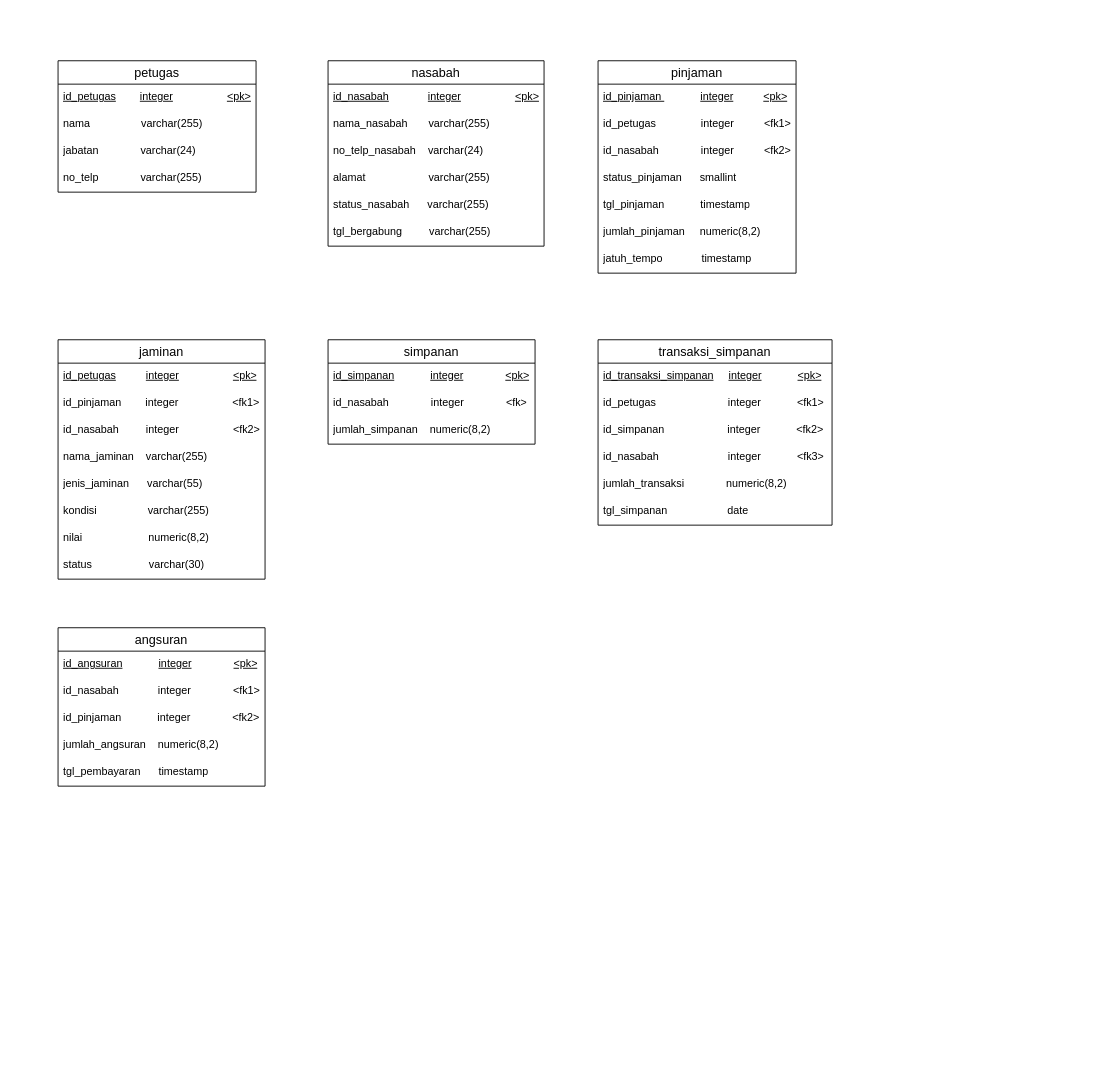
Above: UAS BASIS DATA.drawio in elikawicaksana/BuildIT_BasisData (draw.io), before the change. Source tidied: cells renumbered, new cells numbered last; positions are measured from the earlier drawing's top-left corner, leaving out a move shared by most shapes. Both pictures are drawn from the tidied source at 90%, with x=0, y=0 at pixel (58, 60).
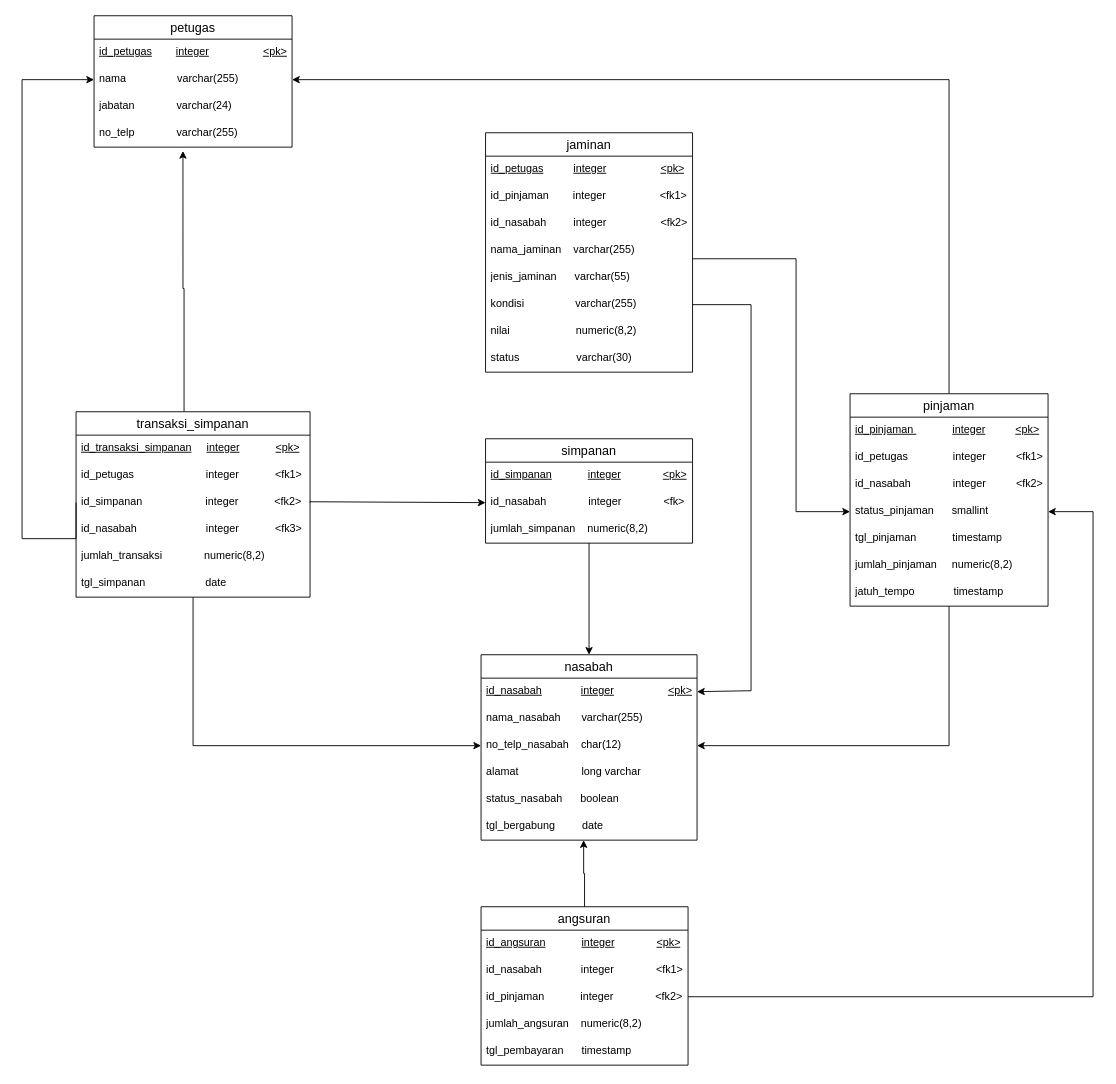
After the change.

Unchanged cells that the change refers to:
```xml
<mxCell id="4" value="nama&amp;nbsp; &amp;nbsp; &amp;nbsp; &amp;nbsp; &amp;nbsp; &amp;nbsp; &amp;nbsp; &amp;nbsp; &amp;nbsp;varchar(255)" style="text;strokeColor=none;fillColor=none;spacingLeft=4;spacingRight=4;overflow=hidden;points=[[0,0.5],[1,0.5]];portConstraint=eastwest;fontSize=12;whiteSpace=wrap;html=1;" parent="2" vertex="1">
  <mxGeometry y="56" width="220" height="30" as="geometry" />
</mxCell>
<mxCell id="6" value="no_telp&amp;nbsp; &amp;nbsp; &amp;nbsp; &amp;nbsp; &amp;nbsp; &amp;nbsp; &amp;nbsp; varchar(255)" style="text;strokeColor=none;fillColor=none;spacingLeft=4;spacingRight=4;overflow=hidden;points=[[0,0.5],[1,0.5]];portConstraint=eastwest;fontSize=12;whiteSpace=wrap;html=1;" parent="2" vertex="1">
  <mxGeometry y="116" width="220" height="30" as="geometry" />
</mxCell>
<mxCell id="13" value="kondisi&amp;nbsp; &amp;nbsp; &amp;nbsp; &amp;nbsp; &amp;nbsp; &amp;nbsp; &amp;nbsp; &amp;nbsp; &amp;nbsp;varchar(255)" style="text;strokeColor=none;fillColor=none;spacingLeft=4;spacingRight=4;overflow=hidden;points=[[0,0.5],[1,0.5]];portConstraint=eastwest;fontSize=12;whiteSpace=wrap;html=1;" parent="7" vertex="1">
  <mxGeometry y="176" width="230" height="30" as="geometry" />
</mxCell>
<mxCell id="17" value="&lt;u&gt;id_nasabah&lt;/u&gt;&amp;nbsp; &amp;nbsp; &amp;nbsp; &amp;nbsp; &amp;nbsp; &amp;nbsp; &amp;nbsp;&lt;u&gt;integer&lt;/u&gt;&amp;nbsp; &amp;nbsp; &amp;nbsp; &amp;nbsp; &amp;nbsp; &amp;nbsp; &amp;nbsp; &amp;nbsp; &amp;nbsp; &lt;u&gt;&amp;lt;pk&amp;gt;&lt;/u&gt;" style="text;strokeColor=none;fillColor=none;spacingLeft=4;spacingRight=4;overflow=hidden;points=[[0,0.5],[1,0.5]];portConstraint=eastwest;fontSize=12;whiteSpace=wrap;html=1;" parent="16" vertex="1">
  <mxGeometry y="26" width="240" height="30" as="geometry" />
</mxCell>
<mxCell id="25" value="id_nasabah&amp;nbsp; &amp;nbsp; &amp;nbsp; &amp;nbsp; &amp;nbsp; &amp;nbsp; &amp;nbsp; integer&amp;nbsp; &amp;nbsp; &amp;nbsp; &amp;nbsp; &amp;nbsp; &amp;nbsp; &amp;nbsp; &amp;lt;fk&amp;gt;" style="text;strokeColor=none;fillColor=none;spacingLeft=4;spacingRight=4;overflow=hidden;points=[[0,0.5],[1,0.5]];portConstraint=eastwest;fontSize=12;whiteSpace=wrap;html=1;" parent="23" vertex="1">
  <mxGeometry y="56" width="230" height="30" as="geometry" />
</mxCell>
<mxCell id="31" value="status_pinjaman&amp;nbsp; &amp;nbsp; &amp;nbsp; smallint" style="text;strokeColor=none;fillColor=none;spacingLeft=4;spacingRight=4;overflow=hidden;points=[[0,0.5],[1,0.5]];portConstraint=eastwest;fontSize=12;whiteSpace=wrap;html=1;" parent="27" vertex="1">
  <mxGeometry y="116" width="220" height="30" as="geometry" />
</mxCell>
<mxCell id="38" value="id_simpanan&amp;nbsp; &amp;nbsp; &amp;nbsp; &amp;nbsp; &amp;nbsp; &amp;nbsp; &amp;nbsp; &amp;nbsp; &amp;nbsp; &amp;nbsp; &amp;nbsp;integer&amp;nbsp; &amp;nbsp; &amp;nbsp; &amp;nbsp; &amp;nbsp; &amp;nbsp; &amp;lt;fk2&amp;gt;" style="text;strokeColor=none;fillColor=none;spacingLeft=4;spacingRight=4;overflow=hidden;points=[[0,0.5],[1,0.5]];portConstraint=eastwest;fontSize=12;whiteSpace=wrap;html=1;" parent="35" vertex="1">
  <mxGeometry y="86" width="260" height="30" as="geometry" />
</mxCell>
```

What changed in the source:
```diff
@@
     <mxCell id="2" value="petugas" style="swimlane;fontStyle=0;horizontal=1;startSize=26;align=center;fontSize=14;" parent="1" vertex="1">
-      <mxGeometry width="220" height="146" as="geometry" />
+      <mxGeometry x="40" y="-50" width="220" height="146" as="geometry" />
     </mxCell>
@@
+    <mxCell id="48" style="edgeStyle=orthogonalEdgeStyle;rounded=0;jettySize=auto;html=1;" parent="1" edge="1" source="7" target="31">
+      <mxGeometry relative="1" as="geometry">
+        <Array as="points">
+          <mxPoint x="820" y="220" />
+          <mxPoint x="820" y="501" />
+        </Array>
+      </mxGeometry>
+    </mxCell>
     <mxCell id="7" value="jaminan" style="swimlane;fontStyle=0;horizontal=1;startSize=26;align=center;fontSize=14;" parent="1" vertex="1">
-      <mxGeometry y="310" width="230" height="266" as="geometry" />
+      <mxGeometry x="475" y="80" width="230" height="266" as="geometry" />
     </mxCell>
@@
     <mxCell id="16" value="nasabah" style="swimlane;fontStyle=0;horizontal=1;startSize=26;align=center;fontSize=14;" parent="1" vertex="1">
-      <mxGeometry x="300" width="240" height="206" as="geometry" />
+      <mxGeometry x="470" y="660" width="240" height="206" as="geometry" />
     </mxCell>
@@
-    <mxCell id="19" value="no_telp_nasabah&amp;nbsp; &amp;nbsp; varchar(24)" style="text;strokeColor=none;fillColor=none;spacingLeft=4;spacingRight=4;overflow=hidden;points=[[0,0.5],[1,0.5]];portConstraint=eastwest;fontSize=12;whiteSpace=wrap;html=1;" parent="16" vertex="1">
+    <mxCell id="19" value="no_telp_nasabah&amp;nbsp; &amp;nbsp; char(12)" style="text;strokeColor=none;fillColor=none;spacingLeft=4;spacingRight=4;overflow=hidden;points=[[0,0.5],[1,0.5]];portConstraint=eastwest;fontSize=12;whiteSpace=wrap;html=1;" parent="16" vertex="1">
       <mxGeometry y="86" width="240" height="30" as="geometry" />
     </mxCell>
-    <mxCell id="20" value="alamat&amp;nbsp; &amp;nbsp; &amp;nbsp; &amp;nbsp; &amp;nbsp; &amp;nbsp; &amp;nbsp; &amp;nbsp; &amp;nbsp; &amp;nbsp; &amp;nbsp;varchar(255)" style="text;strokeColor=none;fillColor=none;spacingLeft=4;spacingRight=4;overflow=hidden;fontSize=12;whiteSpace=wrap;html=1;" parent="16" vertex="1">
+    <mxCell id="20" value="alamat&amp;nbsp; &amp;nbsp; &amp;nbsp; &amp;nbsp; &amp;nbsp; &amp;nbsp; &amp;nbsp; &amp;nbsp; &amp;nbsp; &amp;nbsp; &amp;nbsp;long varchar" style="text;strokeColor=none;fillColor=none;spacingLeft=4;spacingRight=4;overflow=hidden;fontSize=12;whiteSpace=wrap;html=1;" parent="16" vertex="1">
       <mxGeometry y="116" width="240" height="30" as="geometry" />
     </mxCell>
-    <mxCell id="21" value="status_nasabah&amp;nbsp; &amp;nbsp; &amp;nbsp; varchar(255)" style="text;strokeColor=none;fillColor=none;spacingLeft=4;spacingRight=4;overflow=hidden;fontSize=12;whiteSpace=wrap;html=1;" parent="16" vertex="1">
+    <mxCell id="21" value="status_nasabah&amp;nbsp; &amp;nbsp; &amp;nbsp; boolean" style="text;strokeColor=none;fillColor=none;spacingLeft=4;spacingRight=4;overflow=hidden;fontSize=12;whiteSpace=wrap;html=1;" parent="16" vertex="1">
       <mxGeometry y="146" width="240" height="30" as="geometry" />
     </mxCell>
-    <mxCell id="22" value="tgl_bergabung&amp;nbsp; &amp;nbsp; &amp;nbsp; &amp;nbsp; &amp;nbsp;varchar(255)" style="text;strokeColor=none;fillColor=none;spacingLeft=4;spacingRight=4;overflow=hidden;points=[[0,0.5],[1,0.5]];portConstraint=eastwest;fontSize=12;whiteSpace=wrap;html=1;" parent="16" vertex="1">
+    <mxCell id="22" value="tgl_bergabung&amp;nbsp; &amp;nbsp; &amp;nbsp; &amp;nbsp; &amp;nbsp;date" style="text;strokeColor=none;fillColor=none;spacingLeft=4;spacingRight=4;overflow=hidden;points=[[0,0.5],[1,0.5]];portConstraint=eastwest;fontSize=12;whiteSpace=wrap;html=1;" parent="16" vertex="1">
       <mxGeometry y="176" width="240" height="30" as="geometry" />
     </mxCell>
+    <mxCell id="49" style="edgeStyle=orthogonalEdgeStyle;rounded=0;jettySize=auto;html=1;entryX=0.5;entryY=0;entryDx=0;entryDy=0;" parent="1" edge="1" source="23" target="16">
+      <mxGeometry relative="1" as="geometry" />
+    </mxCell>
     <mxCell id="23" value="simpanan" style="swimlane;fontStyle=0;horizontal=1;startSize=26;align=center;fontSize=14;" parent="1" vertex="1">
-      <mxGeometry x="300" y="310" width="230" height="116" as="geometry" />
+      <mxGeometry x="475" y="420" width="230" height="116" as="geometry" />
     </mxCell>
@@
+    <mxCell id="50" style="edgeStyle=orthogonalEdgeStyle;rounded=0;jettySize=auto;html=1;entryX=1;entryY=0.5;entryDx=0;entryDy=0;" parent="1" edge="1" source="27" target="4">
+      <mxGeometry relative="1" as="geometry" />
+    </mxCell>
+    <mxCell id="51" style="edgeStyle=orthogonalEdgeStyle;rounded=0;jettySize=auto;html=1;entryX=1;entryY=0.5;entryDx=0;entryDy=0;" parent="1" edge="1" source="27" target="19">
+      <mxGeometry relative="1" as="geometry" />
+    </mxCell>
     <mxCell id="27" value="pinjaman" style="swimlane;fontStyle=0;horizontal=1;startSize=26;align=center;fontSize=14;" parent="1" vertex="1">
-      <mxGeometry x="600" width="220" height="236" as="geometry" />
+      <mxGeometry x="880" y="370" width="220" height="236" as="geometry" />
     </mxCell>
@@
+    <mxCell id="52" style="edgeStyle=orthogonalEdgeStyle;rounded=0;jettySize=auto;html=1;entryX=0.449;entryY=1.142;entryDx=0;entryDy=0;entryPerimeter=0;" parent="1" edge="1" source="35" target="6">
+      <mxGeometry relative="1" as="geometry">
+        <Array as="points">
+          <mxPoint x="140" y="253" />
+          <mxPoint x="139" y="100" />
+        </Array>
+      </mxGeometry>
+    </mxCell>
+    <mxCell id="53" style="edgeStyle=orthogonalEdgeStyle;rounded=0;jettySize=auto;html=1;entryX=0;entryY=0.5;entryDx=0;entryDy=0;exitX=1;exitY=0.5;exitDx=0;exitDy=0;" parent="1" edge="1" source="38" target="25">
+      <mxGeometry relative="1" as="geometry">
+        <Array as="points">
+          <mxPoint x="280" y="490" />
+          <mxPoint x="475" y="490" />
+        </Array>
+      </mxGeometry>
+    </mxCell>
+    <mxCell id="54" style="edgeStyle=orthogonalEdgeStyle;rounded=0;jettySize=auto;html=1;entryX=0;entryY=0.5;entryDx=0;entryDy=0;exitX=0;exitY=0.5;exitDx=0;exitDy=0;" parent="1" edge="1" source="38" target="4">
+      <mxGeometry relative="1" as="geometry">
+        <Array as="points">
+          <mxPoint x="-40" y="531" />
+          <mxPoint x="-40" y="21" />
+        </Array>
+      </mxGeometry>
+    </mxCell>
+    <mxCell id="55" style="edgeStyle=orthogonalEdgeStyle;rounded=0;jettySize=auto;html=1;entryX=0;entryY=0.5;entryDx=0;entryDy=0;" parent="1" edge="1" source="35" target="19">
+      <mxGeometry relative="1" as="geometry" />
+    </mxCell>
     <mxCell id="35" value="transaksi_simpanan" style="swimlane;fontStyle=0;horizontal=1;startSize=26;align=center;fontSize=14;" parent="1" vertex="1">
-      <mxGeometry x="600" y="310" width="260" height="206" as="geometry" />
+      <mxGeometry x="20" y="390" width="260" height="206" as="geometry" />
     </mxCell>
@@
+    <mxCell id="56" style="edgeStyle=orthogonalEdgeStyle;rounded=0;jettySize=auto;html=1;entryX=1;entryY=0.5;entryDx=0;entryDy=0;" parent="1" edge="1" source="42" target="31">
+      <mxGeometry relative="1" as="geometry">
+        <Array as="points">
+          <mxPoint x="1150" y="1040" />
+          <mxPoint x="1150" y="501" />
+        </Array>
+      </mxGeometry>
+    </mxCell>
     <mxCell id="42" value="angsuran" style="swimlane;fontStyle=0;horizontal=1;startSize=26;align=center;fontSize=14;" parent="1" vertex="1">
-      <mxGeometry y="630" width="230" height="176" as="geometry" />
+      <mxGeometry x="470" y="940" width="230" height="176" as="geometry" />
     </mxCell>
@@
+    <mxCell id="57" style="edgeStyle=orthogonalEdgeStyle;rounded=0;jettySize=auto;html=1;entryX=1;entryY=0.5;entryDx=0;entryDy=0;exitX=1;exitY=0.5;exitDx=0;exitDy=0;" parent="1" edge="1" source="13" target="17">
+      <mxGeometry relative="1" as="geometry">
+        <Array as="points">
+          <mxPoint x="770" y="271" />
+          <mxPoint x="770" y="700" />
+          <mxPoint x="710" y="700" />
+        </Array>
+      </mxGeometry>
+    </mxCell>
+    <mxCell id="58" style="edgeStyle=orthogonalEdgeStyle;rounded=0;jettySize=auto;html=1;entryX=0.475;entryY=1.002;entryDx=0;entryDy=0;entryPerimeter=0;" parent="1" edge="1" source="42" target="22">
+      <mxGeometry relative="1" as="geometry" />
+    </mxCell>
```
